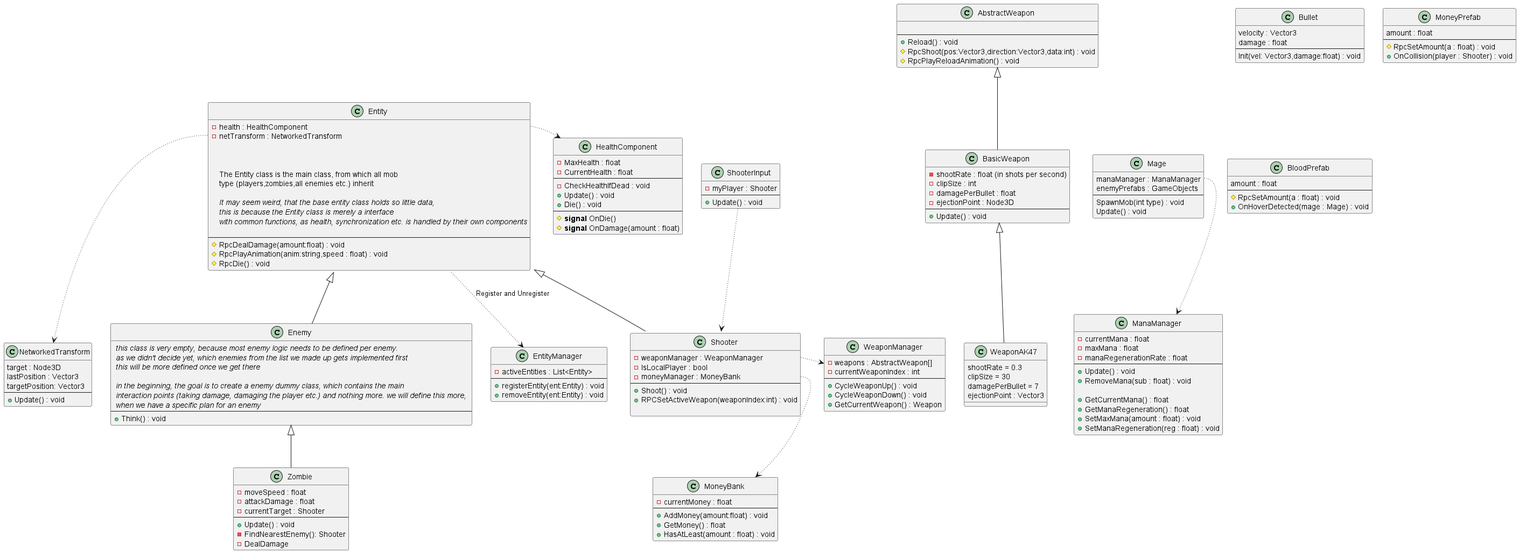
The PlantUML diagram Diagrams/NCC-Multibillion-dollar-project.png in Neckar-Code-Collective/Design-Docs, before a commit.
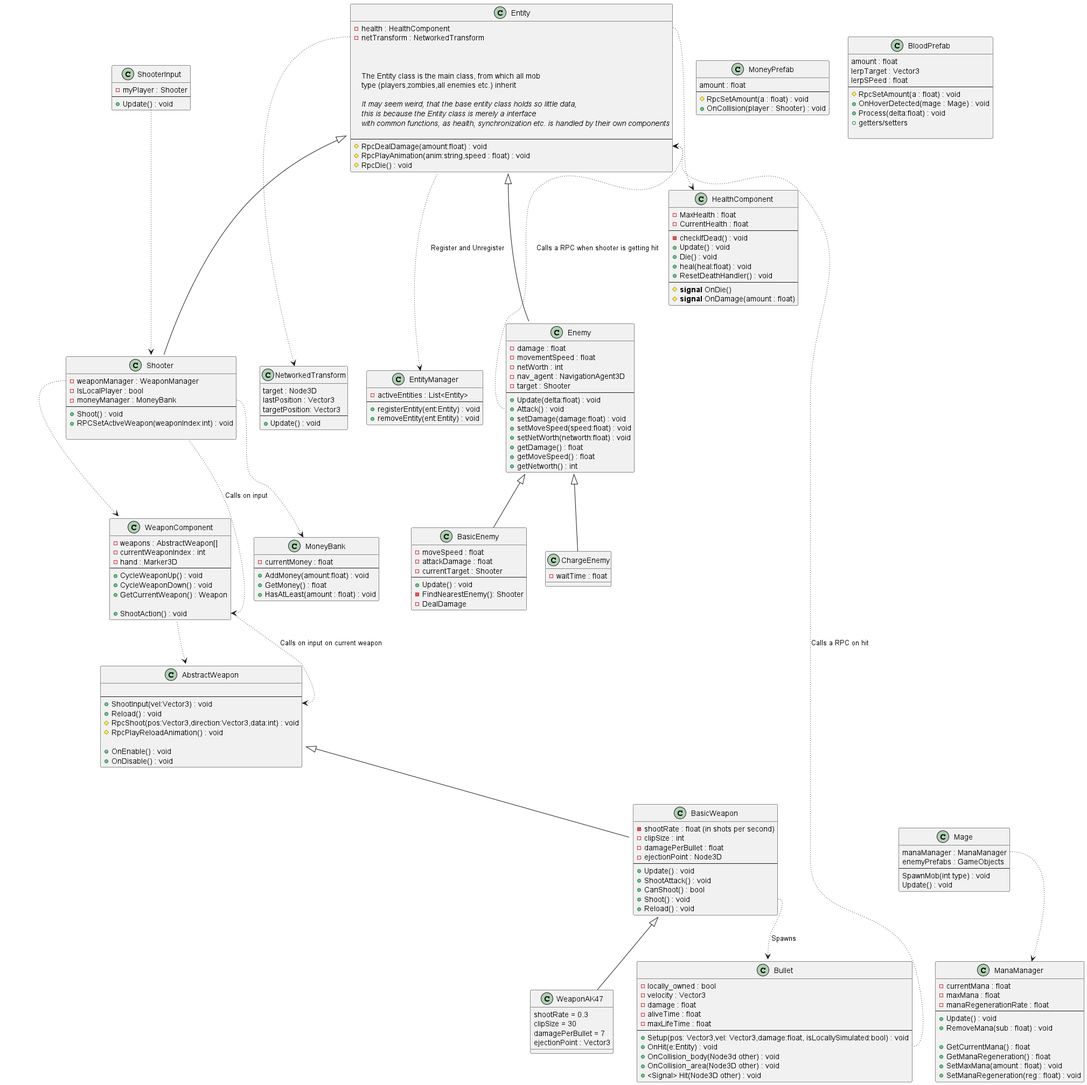
After the change.

Change to the diagram source:
```diff
@@ -45,18 +45,23 @@
 }
 
 class Enemy {
-    <i> this class is very empty, because most enemy logic needs to be defined per enemy.</i>
-    <i> as we didn't decide yet, which enemies from the list we made up gets implemented first</i>
-    <i> this will be more defined once we get there</i>
-
-    <i> in the beginning, the goal is to create a enemy dummy class, which contains the main</i>
-    <i> interaction points (taking damage, damaging the player etc.) and nothing more. we will define this more, </i>
-    <i> when we have a specific plan for an enemy</i>
+    - damage : float
+    - movementSpeed : float
+    - netWorth : int
+    - nav_agent : NavigationAgent3D
+    - target : Shooter
     --
-    + Think() : void
+    + Update(delta:float) : void
+    + Attack() : void
+    + setDamage(damage:float) : void
+    + setMoveSpeed(speed:float) : void
+    + setNetWorth(networth:float) : void
+    + getDamage() : float
+    + getMoveSpeed() : float
+    + getNetworth() : int
 }
 
-class Zombie {
+class BasicEnemy {
     - moveSpeed : float
     - attackDamage : float
     - currentTarget : Shooter
@@ -66,13 +71,19 @@
     - DealDamage
 }
 
+class ChargeEnemy {
+    - waitTime : float
+}
+
 class HealthComponent {
     - MaxHealth : float
     - CurrentHealth : float
     --
-    - CheckHealthIfDead : void
+    - checkIfDead() : void
     + Update() : void
     + Die() : void
+    + heal(heal:float) : void
+    + ResetDeathHandler() : void
     --
     # <b>signal</b> OnDie()
     # <b>signal</b> OnDamage(amount : float)
@@ -81,9 +92,13 @@
 class AbstractWeapon {
 
     --
+    + ShootInput(vel:Vector3) : void
     + Reload() : void
     # RpcShoot(pos:Vector3,direction:Vector3,data:int) : void
     # RpcPlayReloadAnimation() : void
+
+    + OnEnable() : void
+    + OnDisable() : void
 }
 
 class BasicWeapon {
@@ -93,13 +108,24 @@
     - ejectionPoint : Node3D
     --
     + Update() : void
+    + ShootAttack() : void
+    + CanShoot() : bool
+    + Shoot() : void
+    + Reload() : void
 }
 
 class Bullet {
-    velocity : Vector3
-    damage : float
+    - locally_owned : bool
+    - velocity : Vector3
+    - damage : float
+    - aliveTime : float
+    - maxLifeTime : float
     --
-    Init(vel: Vector3,damage:float) : void
+    + Setup(pos: Vector3,vel: Vector3,damage:float, isLocallySimulated:bool) : void
+    + OnHit(e:Entity) : void
+    + OnCollision_body(Node3d other) : void
+    + OnCollision_area(Node3D other) : void
+    + <Signal> Hit(Node3D other) : void
 }
 
 class MoneyPrefab {
@@ -111,9 +137,14 @@
 
 class BloodPrefab {
     amount : float
+    lerpTarget : Vector3
+    lerpSPeed : float
     --
     # RpcSetAmount(a : float) : void
     + OnHoverDetected(mage : Mage) : void
+    + Process(delta:float) : void
+    + getters/setters
+
 }
 
 class ManaManager {
@@ -130,13 +161,16 @@
     + SetManaRegeneration(reg : float) : void
 }
 
-class WeaponManager {
+class WeaponComponent {
     - weapons : AbstractWeapon[]
     - currentWeaponIndex : int
+    - hand : Marker3D
     --
     + CycleWeaponUp() : void
     + CycleWeaponDown() : void
     + GetCurrentWeapon() : Weapon
+
+    + ShootAction() : void
 }
 
 class MoneyBank {
@@ -171,16 +205,26 @@
 
 Shooter -up-|> Entity
 Enemy -up-|> Entity
-Zombie -up-|> Enemy
+BasicEnemy -up-|> Enemy
+ChargeEnemy -up-|> Enemy
 
 Entity::health -[dotted]right-> HealthComponent
-Shooter::weaponManager -[dotted]right-> WeaponManager
+Shooter::weaponManager -[dotted]do-> WeaponComponent
 BasicWeapon -up-|> AbstractWeapon
 HealthComponent -[hidden]right-> BasicWeapon
 Mage::manaManager -[dotted]-> ManaManager
 BasicWeapon -[hidden]right-> Mage
+WeaponComponent -[dotted]-> AbstractWeapon
 
 Shooter::moneyManager -[dotted]-> MoneyBank
+
+Shooter -[dotted]-> WeaponComponent::Shoot : Calls on input
+WeaponComponent::Shoot -[dotted]-> AbstractWeapon::ShootInput : Calls on input on current weapon
+
+Bullet::OnHit -[dotted]up-> Entity::RpcDealDamage : Calls a RPC on hit
+Enemy::Attack -[dotted]up-> Entity::RpcDealDamage : Calls a RPC when shooter is getting hit
+
+BasicWeapon::Shoot -[dotted]-> Bullet : Spawns
 
 Entity -[dotted]-> EntityManager : Register and Unregister
 ShooterInput -[dotted]-> Shooter
```
